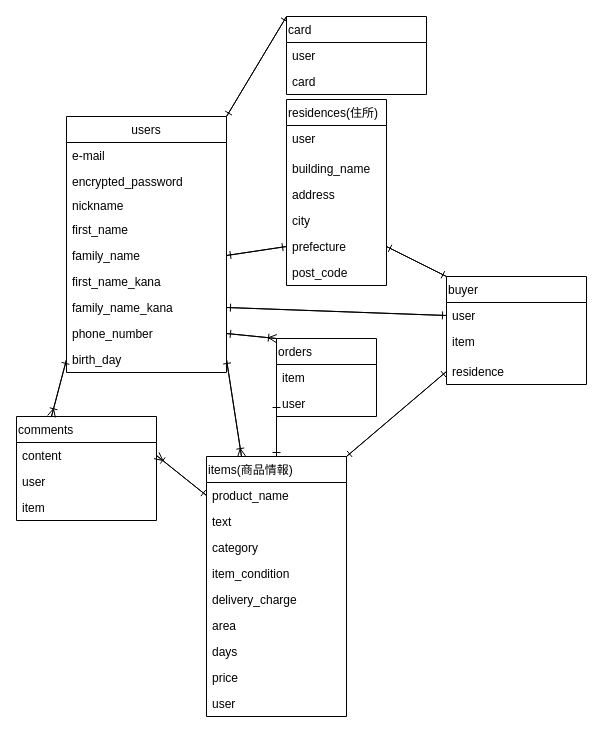
Earlier version of the draw.io diagram furuma.dio (oraiber/furima-37233). Source tidied: cells renumbered, new cells numbered last; positions are measured from the earlier drawing's top-left corner, leaving out a move shared by most shapes. Both pictures are drawn from the tidied source at 100%, with x=0, y=0 at pixel (16, 16).
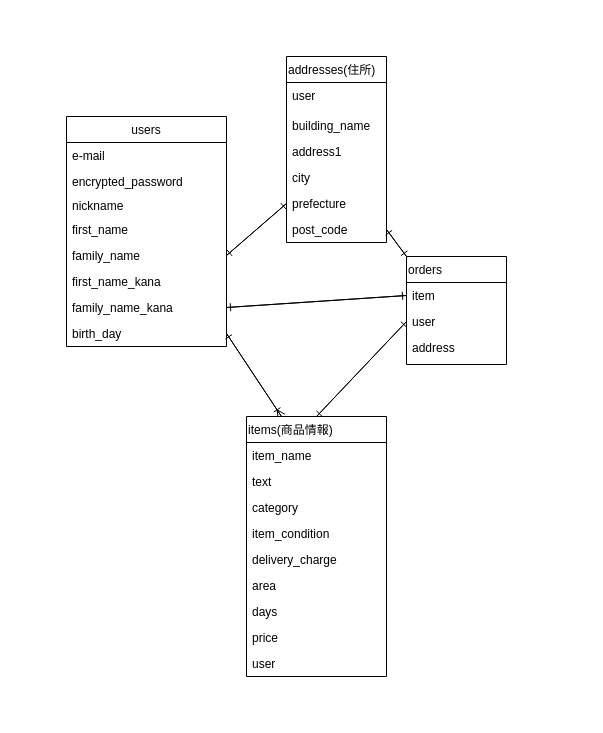
After the change.

The change refers to these unchanged cells:
```xml
<mxCell id="10" value="family_name_kana" style="text;strokeColor=none;fillColor=none;align=left;verticalAlign=top;spacingLeft=4;spacingRight=4;overflow=hidden;points=[[0,0.5],[1,0.5]];portConstraint=eastwest;" parent="3" vertex="1">
  <mxGeometry y="178" width="160" height="26" as="geometry" />
</mxCell>
<mxCell id="54" value="prefecture" style="text;strokeColor=none;fillColor=none;align=left;verticalAlign=top;spacingLeft=4;spacingRight=4;overflow=hidden;points=[[0,0.5],[1,0.5]];portConstraint=eastwest;" parent="49" vertex="1">
  <mxGeometry y="134" width="100" height="26" as="geometry" />
</mxCell>
<mxCell id="55" value="post_code" style="text;strokeColor=none;fillColor=none;align=left;verticalAlign=top;spacingLeft=4;spacingRight=4;overflow=hidden;points=[[0,0.5],[1,0.5]];portConstraint=eastwest;" parent="49" vertex="1">
  <mxGeometry y="160" width="100" height="26" as="geometry" />
</mxCell>
<mxCell id="59" value="item" style="text;strokeColor=none;fillColor=none;align=left;verticalAlign=top;spacingLeft=4;spacingRight=4;overflow=hidden;points=[[0,0.5],[1,0.5]];portConstraint=eastwest;" parent="58" vertex="1">
  <mxGeometry y="26" width="100" height="26" as="geometry" />
</mxCell>
```

What changed in the source:
```diff
@@
-    <mxCell id="2" style="edgeStyle=none;html=1;exitX=1;exitY=0;exitDx=0;exitDy=0;entryX=0;entryY=0;entryDx=0;entryDy=0;endArrow=ERone;endFill=0;" parent="1" edge="1" source="3" target="36">
-      <mxGeometry relative="1" as="geometry" />
-    </mxCell>
     <mxCell id="3" value="users" style="swimlane;fontStyle=0;horizontal=1;startSize=26;align=center;verticalAlign=middle;" parent="1" vertex="1">
-      <mxGeometry x="50" y="100" width="160" height="256" as="geometry" />
+      <mxGeometry x="50" y="100" width="160" height="230" as="geometry" />
     </mxCell>
@@
-    <mxCell id="11" value="phone_number" style="text;strokeColor=none;fillColor=none;align=left;verticalAlign=top;spacingLeft=4;spacingRight=4;overflow=hidden;points=[[0,0.5],[1,0.5]];portConstraint=eastwest;" parent="3" vertex="1">
-      <mxGeometry y="204" width="160" height="26" as="geometry" />
-    </mxCell>
     <mxCell id="12" value="birth_day" style="text;strokeColor=none;fillColor=none;align=left;verticalAlign=top;spacingLeft=4;spacingRight=4;overflow=hidden;points=[[0,0.5],[1,0.5]];portConstraint=eastwest;" parent="3" vertex="1">
-      <mxGeometry y="230" width="160" height="26" as="geometry" />
+      <mxGeometry y="204" width="160" height="26" as="geometry" />
     </mxCell>
-    <mxCell id="13" style="edgeStyle=none;html=1;exitX=0.25;exitY=0;exitDx=0;exitDy=0;entryX=0;entryY=0.5;entryDx=0;entryDy=0;endArrow=ERone;endFill=0;" parent="1" edge="1" source="14" target="12">
-      <mxGeometry relative="1" as="geometry" />
-    </mxCell>
-    <mxCell id="14" value="comments" style="swimlane;fontStyle=0;horizontal=1;startSize=26;align=left;verticalAlign=middle;" parent="1" vertex="1">
-      <mxGeometry y="400" width="140" height="104" as="geometry" />
-    </mxCell>
-    <mxCell id="15" value="content" style="text;strokeColor=none;fillColor=none;align=left;verticalAlign=top;spacingLeft=4;spacingRight=4;overflow=hidden;points=[[0,0.5],[1,0.5]];portConstraint=eastwest;" parent="14" vertex="1">
-      <mxGeometry y="26" width="140" height="26" as="geometry" />
-    </mxCell>
-    <mxCell id="16" value="user" style="text;strokeColor=none;fillColor=none;align=left;verticalAlign=top;spacingLeft=4;spacingRight=4;overflow=hidden;" parent="14" vertex="1">
-      <mxGeometry y="52" width="140" height="26" as="geometry" />
-    </mxCell>
-    <mxCell id="17" value="item" style="text;strokeColor=none;fillColor=none;align=left;verticalAlign=top;spacingLeft=4;spacingRight=4;overflow=hidden;" parent="14" vertex="1">
-      <mxGeometry y="78" width="140" height="26" as="geometry" />
-    </mxCell>
@@
-    <mxCell id="19" style="edgeStyle=none;html=1;exitX=1;exitY=0;exitDx=0;exitDy=0;endArrow=ERone;endFill=0;entryX=0;entryY=0.5;entryDx=0;entryDy=0;" parent="1" edge="1" source="21" target="43">
-      <mxGeometry relative="1" as="geometry" />
-    </mxCell>
@@
     <mxCell id="21" value="items(商品情報)" style="swimlane;fontStyle=0;horizontal=1;startSize=26;align=left;verticalAlign=middle;" parent="1" vertex="1">
-      <mxGeometry x="190" y="440" width="140" height="260" as="geometry" />
+      <mxGeometry x="230" y="400" width="140" height="260" as="geometry" />
     </mxCell>
-    <mxCell id="22" value="product_name" style="text;strokeColor=none;fillColor=none;align=left;verticalAlign=top;spacingLeft=4;spacingRight=4;overflow=hidden;points=[[0,0.5],[1,0.5]];portConstraint=eastwest;" parent="21" vertex="1">
+    <mxCell id="22" value="item_name" style="text;strokeColor=none;fillColor=none;align=left;verticalAlign=top;spacingLeft=4;spacingRight=4;overflow=hidden;points=[[0,0.5],[1,0.5]];portConstraint=eastwest;" parent="21" vertex="1">
       <mxGeometry y="26" width="140" height="26" as="geometry" />
     </mxCell>
@@
-    <mxCell id="31" style="edgeStyle=none;html=1;exitX=0;exitY=0.5;exitDx=0;exitDy=0;entryX=1;entryY=0.5;entryDx=0;entryDy=0;endArrow=ERoneToMany;endFill=0;" parent="1" edge="1" source="22" target="15">
-      <mxGeometry relative="1" as="geometry" />
-    </mxCell>
-    <mxCell id="32" style="edgeStyle=none;html=1;entryX=0.25;entryY=0;entryDx=0;entryDy=0;endArrow=ERoneToMany;endFill=0;exitX=0;exitY=0.5;exitDx=0;exitDy=0;" parent="1" edge="1" source="12" target="14">
-      <mxGeometry relative="1" as="geometry" />
-    </mxCell>
@@
-    <mxCell id="34" style="edgeStyle=none;html=1;exitX=1;exitY=0.5;exitDx=0;exitDy=0;endArrow=ERone;endFill=0;entryX=0;entryY=0.5;entryDx=0;entryDy=0;" parent="1" edge="1" source="15" target="22">
-      <mxGeometry relative="1" as="geometry" />
-    </mxCell>
-    <mxCell id="35" style="edgeStyle=none;html=1;exitX=0;exitY=0;exitDx=0;exitDy=0;entryX=1;entryY=0;entryDx=0;entryDy=0;endArrow=ERone;endFill=0;" parent="1" edge="1" source="36" target="3">
-      <mxGeometry relative="1" as="geometry" />
-    </mxCell>
-    <mxCell id="36" value="card" style="swimlane;fontStyle=0;horizontal=1;startSize=26;align=left;verticalAlign=middle;" parent="1" vertex="1">
-      <mxGeometry x="270" width="140" height="78" as="geometry" />
-    </mxCell>
-    <mxCell id="37" value="user" style="text;strokeColor=none;fillColor=none;align=left;verticalAlign=top;spacingLeft=4;spacingRight=4;overflow=hidden;" parent="36" vertex="1">
-      <mxGeometry y="26" width="140" height="26" as="geometry" />
-    </mxCell>
-    <mxCell id="38" value="card" style="text;strokeColor=none;fillColor=none;align=left;verticalAlign=top;spacingLeft=4;spacingRight=4;overflow=hidden;" parent="36" vertex="1">
-      <mxGeometry y="52" width="140" height="26" as="geometry" />
-    </mxCell>
-    <mxCell id="39" style="edgeStyle=none;html=1;exitX=0;exitY=0.5;exitDx=0;exitDy=0;entryX=1;entryY=0.5;entryDx=0;entryDy=0;endArrow=ERone;endFill=0;" parent="1" edge="1" source="41" target="10">
-      <mxGeometry relative="1" as="geometry" />
-    </mxCell>
-    <mxCell id="40" value="buyer" style="swimlane;fontStyle=0;horizontal=1;startSize=26;align=left;verticalAlign=middle;" parent="1" vertex="1">
-      <mxGeometry x="430" y="260" width="140" height="108" as="geometry" />
-    </mxCell>
-    <mxCell id="41" value="user" style="text;strokeColor=none;fillColor=none;align=left;verticalAlign=top;spacingLeft=4;spacingRight=4;overflow=hidden;points=[[0,0.5],[1,0.5]];portConstraint=eastwest;" parent="40" vertex="1">
-      <mxGeometry y="26" width="140" height="26" as="geometry" />
-    </mxCell>
-    <mxCell id="42" value="item" style="text;strokeColor=none;fillColor=none;spacingLeft=4;spacingRight=4;overflow=hidden;fontSize=12;" parent="40" vertex="1">
-      <mxGeometry y="52" width="140" height="30" as="geometry" />
-    </mxCell>
-    <mxCell id="43" value="residence" style="text;strokeColor=none;fillColor=none;align=left;verticalAlign=top;spacingLeft=4;spacingRight=4;overflow=hidden;points=[[0,0.5],[1,0.5]];portConstraint=eastwest;" parent="40" vertex="1">
-      <mxGeometry y="82" width="140" height="26" as="geometry" />
-    </mxCell>
-    <mxCell id="44" style="edgeStyle=none;html=1;entryX=1;entryY=0;entryDx=0;entryDy=0;endArrow=ERone;endFill=0;exitX=0;exitY=0.5;exitDx=0;exitDy=0;" parent="1" edge="1" source="43" target="21">
-      <mxGeometry relative="1" as="geometry" />
-    </mxCell>
-    <mxCell id="45" style="edgeStyle=none;html=1;exitX=1;exitY=0.5;exitDx=0;exitDy=0;entryX=0;entryY=0;entryDx=0;entryDy=0;endArrow=ERoneToMany;endFill=0;" parent="1" edge="1" source="11" target="58">
-      <mxGeometry relative="1" as="geometry" />
-    </mxCell>
-    <mxCell id="46" style="edgeStyle=none;html=1;endArrow=ERone;endFill=0;entryX=1;entryY=0.5;entryDx=0;entryDy=0;exitX=0;exitY=0;exitDx=0;exitDy=0;" parent="1" edge="1" source="58" target="11">
-      <mxGeometry relative="1" as="geometry" />
-    </mxCell>
-    <mxCell id="47" style="edgeStyle=none;html=1;exitX=1;exitY=0.5;exitDx=0;exitDy=0;entryX=0;entryY=0;entryDx=0;entryDy=0;endArrow=ERone;endFill=0;" parent="1" edge="1" source="54" target="40">
-      <mxGeometry relative="1" as="geometry" />
-    </mxCell>
@@
-    <mxCell id="49" value="residences(住所)" style="swimlane;fontStyle=0;horizontal=1;startSize=26;align=left;verticalAlign=middle;" parent="1" vertex="1">
-      <mxGeometry x="270" y="83" width="100" height="186" as="geometry" />
+    <mxCell id="49" value="addresses(住所)" style="swimlane;fontStyle=0;horizontal=1;startSize=26;align=left;verticalAlign=middle;" parent="1" vertex="1">
+      <mxGeometry x="270" y="40" width="100" height="186" as="geometry" />
     </mxCell>
@@
-    <mxCell id="52" value="address" style="text;strokeColor=none;fillColor=none;align=left;verticalAlign=top;spacingLeft=4;spacingRight=4;overflow=hidden;" parent="49" vertex="1">
+    <mxCell id="52" value="address1" style="text;strokeColor=none;fillColor=none;align=left;verticalAlign=top;spacingLeft=4;spacingRight=4;overflow=hidden;" parent="49" vertex="1">
       <mxGeometry y="82" width="100" height="26" as="geometry" />
     </mxCell>
@@
-    <mxCell id="56" style="edgeStyle=none;html=1;exitX=0;exitY=0;exitDx=0;exitDy=0;entryX=1;entryY=0.5;entryDx=0;entryDy=0;endArrow=ERone;endFill=0;" parent="1" edge="1" source="40" target="54">
-      <mxGeometry relative="1" as="geometry" />
-    </mxCell>
@@
     <mxCell id="58" value="orders" style="swimlane;fontStyle=0;horizontal=1;startSize=26;align=left;verticalAlign=middle;" parent="1" vertex="1">
-      <mxGeometry x="260" y="322" width="100" height="78" as="geometry" />
+      <mxGeometry x="390" y="240" width="100" height="108" as="geometry" />
     </mxCell>
@@
+    <mxCell id="63" value="address" style="text;strokeColor=none;fillColor=none;spacingLeft=4;spacingRight=4;overflow=hidden;fontSize=12;" parent="58" vertex="1">
+      <mxGeometry y="78" width="100" height="30" as="geometry" />
+    </mxCell>
@@
-    <mxCell id="62" style="edgeStyle=none;html=1;exitX=1;exitY=0.5;exitDx=0;exitDy=0;endArrow=ERone;endFill=0;entryX=0;entryY=0.5;entryDx=0;entryDy=0;" parent="1" edge="1" source="10" target="41">
+    <mxCell id="62" style="edgeStyle=none;html=1;endArrow=ERone;endFill=0;exitX=1;exitY=0.5;exitDx=0;exitDy=0;entryX=0;entryY=0;entryDx=0;entryDy=0;" parent="1" edge="1" source="55" target="58">
       <mxGeometry relative="1" as="geometry" />
     </mxCell>
+    <mxCell id="64" style="edgeStyle=none;html=1;exitX=0;exitY=0;exitDx=0;exitDy=0;endArrow=ERone;endFill=0;entryX=1;entryY=0.5;entryDx=0;entryDy=0;" parent="1" edge="1" source="58" target="55">
+      <mxGeometry relative="1" as="geometry" />
+    </mxCell>
+    <mxCell id="65" style="edgeStyle=none;html=1;exitX=1;exitY=0.5;exitDx=0;exitDy=0;entryX=0;entryY=0.5;entryDx=0;entryDy=0;endArrow=ERone;endFill=0;" parent="1" edge="1" source="10" target="59">
+      <mxGeometry relative="1" as="geometry" />
+    </mxCell>
+    <mxCell id="66" style="edgeStyle=none;html=1;exitX=0;exitY=0.5;exitDx=0;exitDy=0;entryX=1;entryY=0.5;entryDx=0;entryDy=0;endArrow=ERone;endFill=0;" parent="1" edge="1" source="59" target="10">
+      <mxGeometry relative="1" as="geometry" />
+    </mxCell>
```
